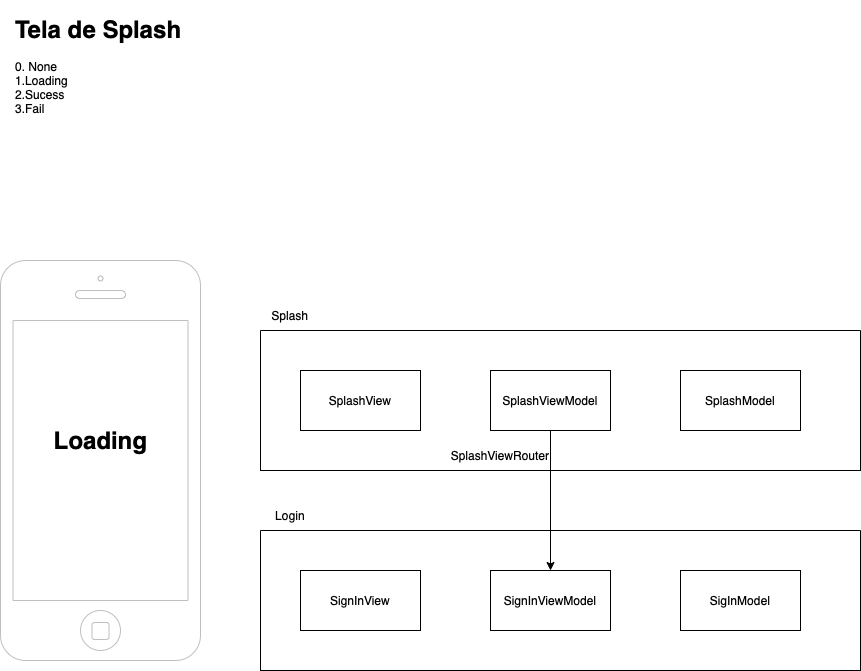
Above: Prototipagem/ProjectHabitTelaDeLogin.drawio.png in kairosumida/ProjectHabit (draw.io), before the change. Source tidied: cells renumbered, new cells last; positions are measured from the earlier drawing's top-left corner, leaving out a move shared by most shapes.
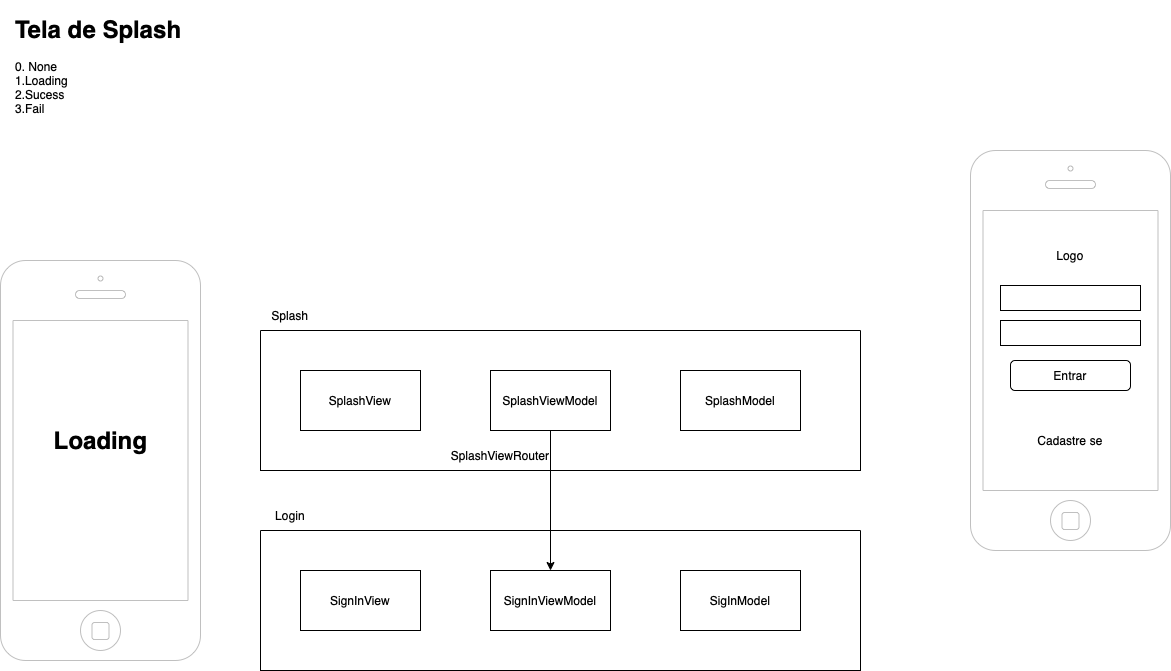
The same diagram one commit later.

Commit message:
Adicionado tela de login

What changed in the source:
```diff
@@ -47,5 +47,23 @@
     <mxCell id="16" value="Login" style="text;html=1;strokeColor=none;fillColor=none;align=center;verticalAlign=middle;whiteSpace=wrap;rounded=0;" parent="1" vertex="1">
       <mxGeometry x="260" y="490" width="60" height="30" as="geometry" />
     </mxCell>
+    <mxCell id="17" style="html=1;verticalLabelPosition=bottom;labelBackgroundColor=#ffffff;verticalAlign=top;shadow=0;dashed=0;strokeWidth=1;shape=mxgraph.ios7.misc.iphone;strokeColor=#c0c0c0;" parent="1" vertex="1">
+      <mxGeometry x="970" y="140" width="200" height="400" as="geometry" />
+    </mxCell>
+    <mxCell id="18" value="Logo" style="text;html=1;strokeColor=none;fillColor=none;align=center;verticalAlign=middle;whiteSpace=wrap;rounded=0;" parent="1" vertex="1">
+      <mxGeometry x="1040" y="230" width="60" height="30" as="geometry" />
+    </mxCell>
+    <mxCell id="19" style="verticalLabelPosition=bottom;verticalAlign=top;html=1;shape=mxgraph.basic.rect;fillColor2=none;strokeWidth=1;size=20;indent=5;" parent="1" vertex="1">
+      <mxGeometry x="1000" y="275" width="140" height="25" as="geometry" />
+    </mxCell>
+    <mxCell id="20" style="verticalLabelPosition=bottom;verticalAlign=top;html=1;shape=mxgraph.basic.rect;fillColor2=none;strokeWidth=1;size=20;indent=5;" parent="1" vertex="1">
+      <mxGeometry x="1000" y="310" width="140" height="25" as="geometry" />
+    </mxCell>
+    <mxCell id="21" value="Cadastre se" style="text;html=1;strokeColor=none;fillColor=none;align=center;verticalAlign=middle;whiteSpace=wrap;rounded=0;" parent="1" vertex="1">
+      <mxGeometry x="1020" y="415" width="100" height="30" as="geometry" />
+    </mxCell>
+    <mxCell id="22" value="Entrar" style="rounded=1;whiteSpace=wrap;html=1;" parent="1" vertex="1">
+      <mxGeometry x="1010" y="350" width="120" height="30" as="geometry" />
+    </mxCell>
   </root>
 </mxGraphModel>
```
